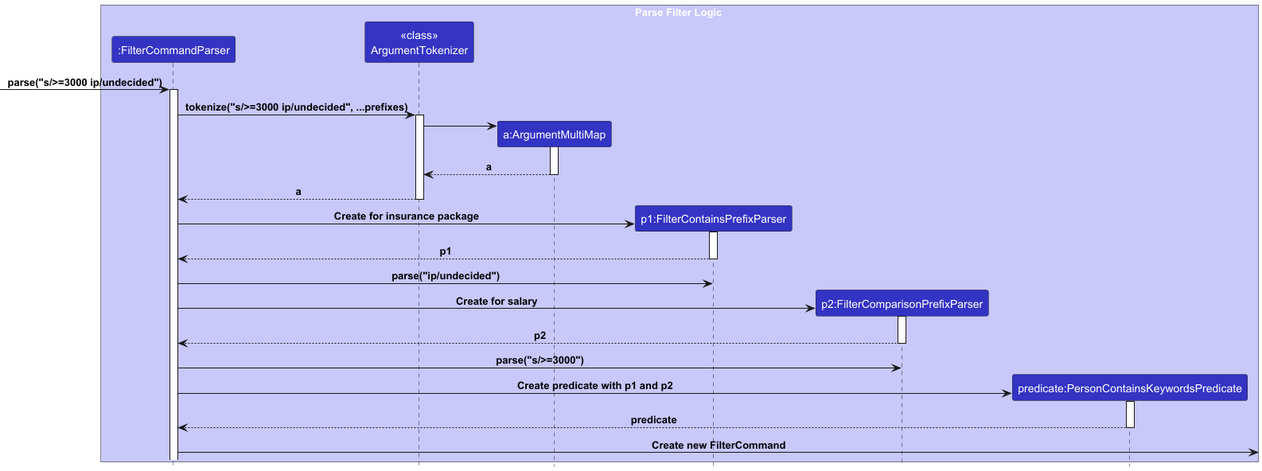
This is docs/images/FilterParserSequenceDiagram.png from owjd03/tp, a PlantUML export, as it was before one commit.
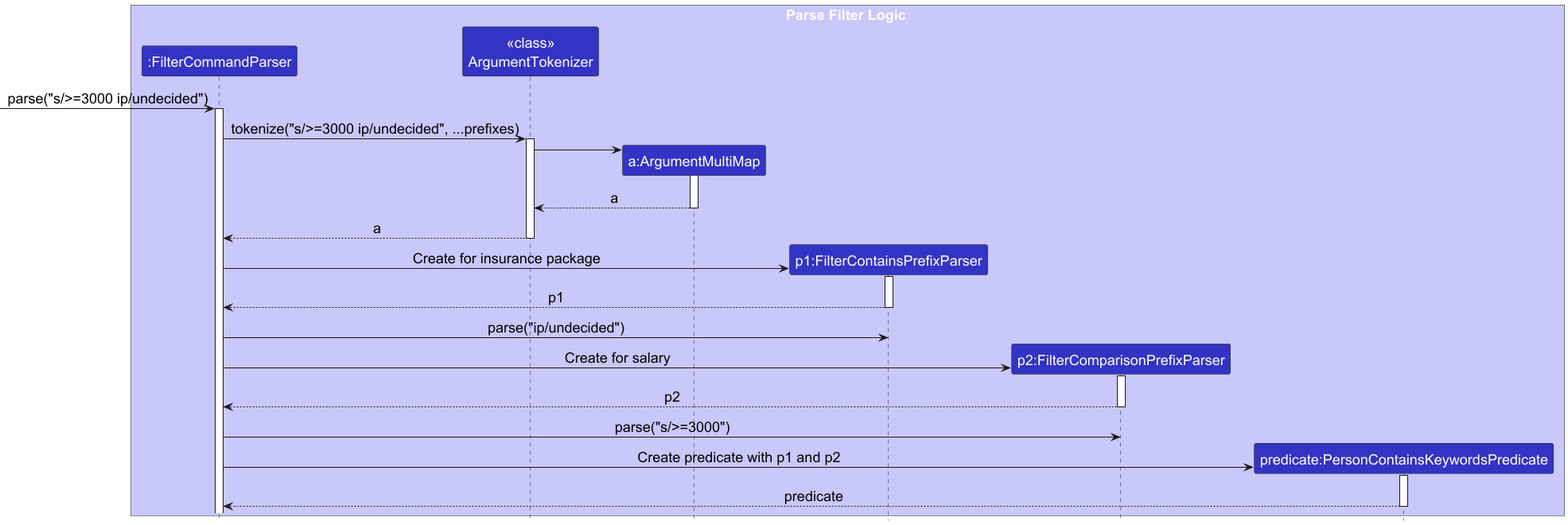
The same file after the commit.

Commit message:
Update uml diagrams for filter in dg

The edit, as a diff of the source:
```diff
@@ -1,5 +1,7 @@
 @startuml
 !include style.puml
+skinparam ArrowFontStyle plain
+skinparam defaultFontSize 18
 
 box Parse Filter Logic LOGIC_COLOR_T1
 participant ":FilterCommandParser" as FilterCommandParser LOGIC_COLOR
@@ -51,6 +53,4 @@
 
 PersonContainsKeywordsPredicate --> FilterCommandParser : predicate
 deactivate PersonContainsKeywordsPredicate
-
-FilterCommandParser -> : Create new FilterCommand
 @enduml
```
